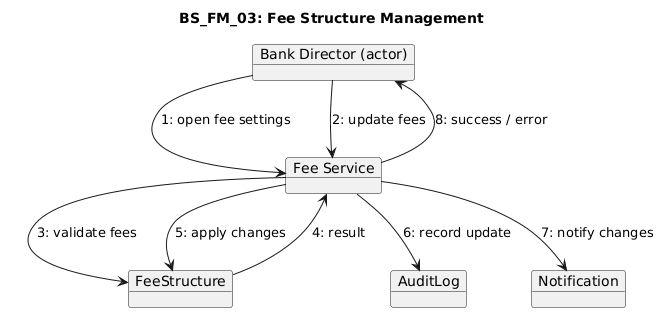
Above: Diagrams/Collaboration Diagrams/BS_FM_03.png in erindkotobelli12/BankManagementSystem (PlantUML), before the change. Its diagram source:
```plantuml
@startuml
title BS_FM_03: Fee Structure Management

object "Bank Director (actor)" as BD
object "Fee Service" as FS
object "FeeStructure" as F
object "AuditLog" as AL
object "Notification" as NS

BD --> FS : 1: open fee settings
BD --> FS : 2: update fees

FS --> F : 3: validate fees
F --> FS : 4: result

FS --> F : 5: apply changes

FS --> AL : 6: record update
FS --> NS : 7: notify changes

FS --> BD : 8: success / error
@enduml
```
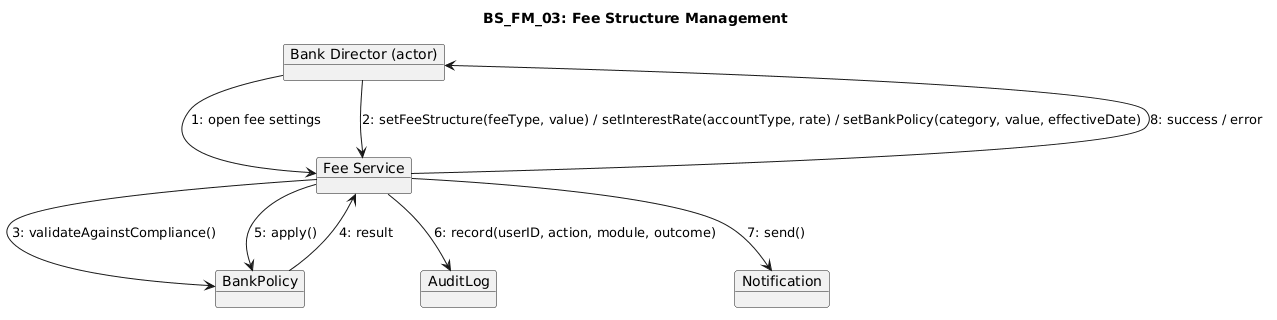
After the commit.

The edit, as a diff of the source:
```diff
@@ -3,20 +3,20 @@
 
 object "Bank Director (actor)" as BD
 object "Fee Service" as FS
-object "FeeStructure" as F
+object "BankPolicy" as F
 object "AuditLog" as AL
 object "Notification" as NS
 
 BD --> FS : 1: open fee settings
-BD --> FS : 2: update fees
+BD --> FS : 2: setFeeStructure(feeType, value) / setInterestRate(accountType, rate) / setBankPolicy(category, value, effectiveDate)
 
-FS --> F : 3: validate fees
+FS --> F : 3: validateAgainstCompliance()
 F --> FS : 4: result
 
-FS --> F : 5: apply changes
+FS --> F : 5: apply()
 
-FS --> AL : 6: record update
-FS --> NS : 7: notify changes
+FS --> AL : 6: record(userID, action, module, outcome)
+FS --> NS : 7: send()
 
 FS --> BD : 8: success / error
 @enduml
```
